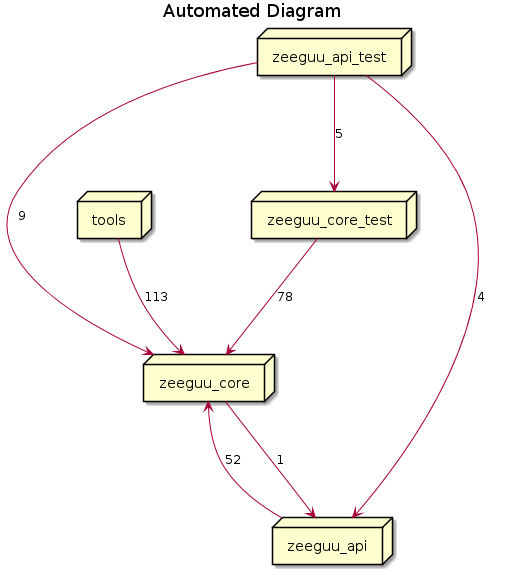
The PlantUML diagram cmd/out/data.png in heyjoakim/AARP, before a commit.
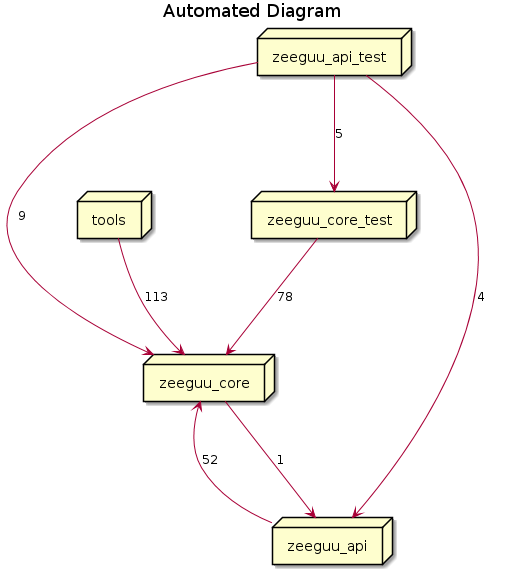
Later version of the same file.

Change to the diagram source:
```diff
@@ -7,11 +7,11 @@
 node zeeguu_api
 node zeeguu_api_test
 node zeeguu_core_test
+tools --> zeeguu_core : [113]
+zeeguu_api --> zeeguu_core : [52]
+zeeguu_api_test --> zeeguu_core : [9]
 zeeguu_api_test --> zeeguu_core_test : [5]
 zeeguu_api_test --> zeeguu_api : [4]
 zeeguu_core --> zeeguu_api : [1]
 zeeguu_core_test --> zeeguu_core : [78]
-tools --> zeeguu_core : [113]
-zeeguu_api --> zeeguu_core : [52]
-zeeguu_api_test --> zeeguu_core : [9]
 @enduml
```
